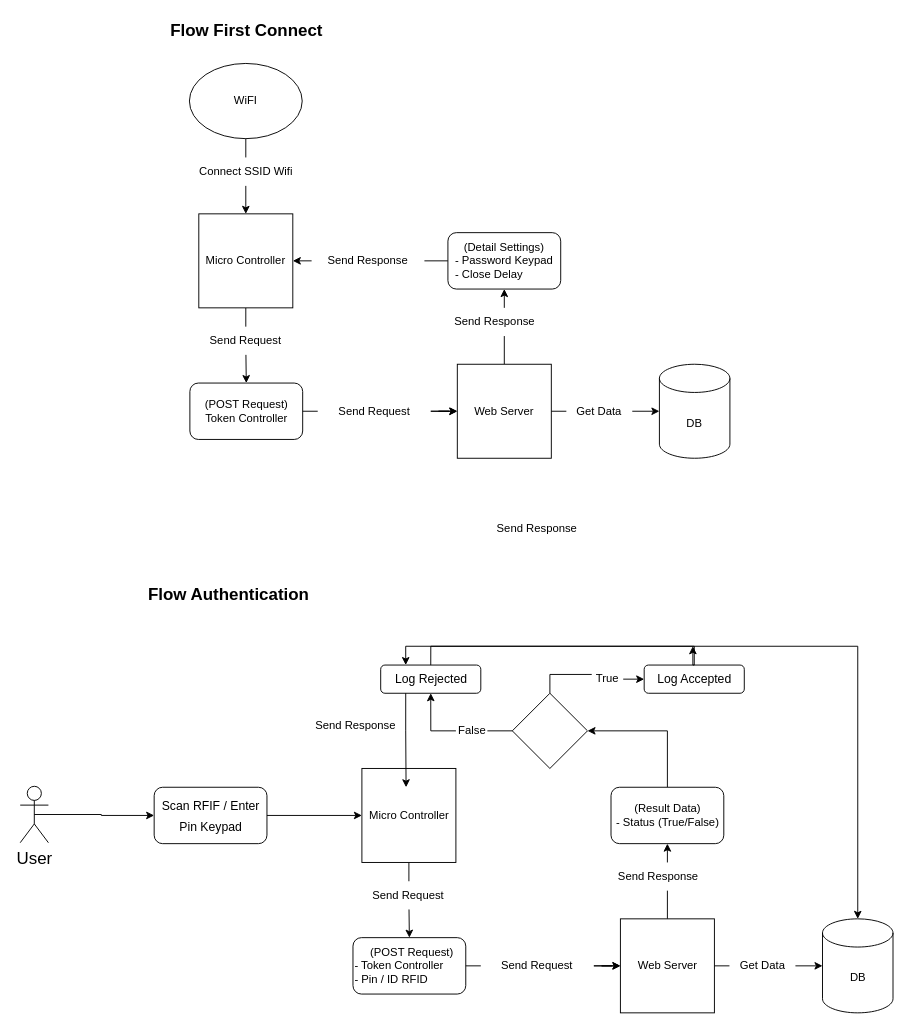
Earlier version of the draw.io diagram doorproject.drawio (asnur/doorproject). Source tidied: cells renumbered, new cells numbered last; positions are measured from the earlier drawing's top-left corner, leaving out a move shared by most shapes. Both pictures are drawn from the tidied source at 94%, with x=0, y=0 at pixel (20, 16).
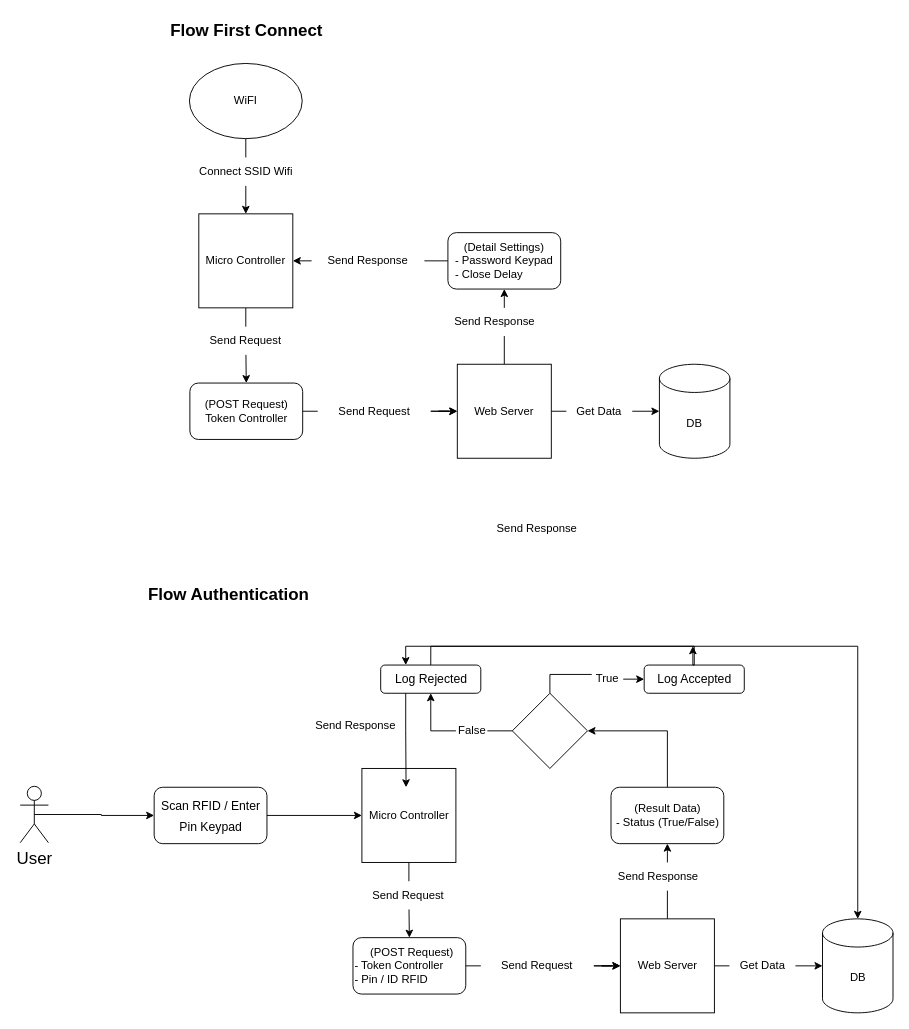
After the change.

Commit message:
fix label diagram

What changed in the source:
```diff
@@
-    <mxCell id="46" value="&lt;font style=&quot;font-size: 13px;&quot;&gt;Scan RFIF / Enter Pin Keypad&lt;/font&gt;" style="rounded=1;whiteSpace=wrap;html=1;fontSize=18;fillColor=none;" parent="1" vertex="1">
+    <mxCell id="46" value="&lt;font style=&quot;font-size: 13px&quot;&gt;Scan RFID / Enter Pin Keypad&lt;/font&gt;" style="rounded=1;whiteSpace=wrap;html=1;fontSize=18;fillColor=none;" parent="1" vertex="1">
       <mxGeometry x="142.5" y="820" width="120" height="60" as="geometry" />
     </mxCell>
```
